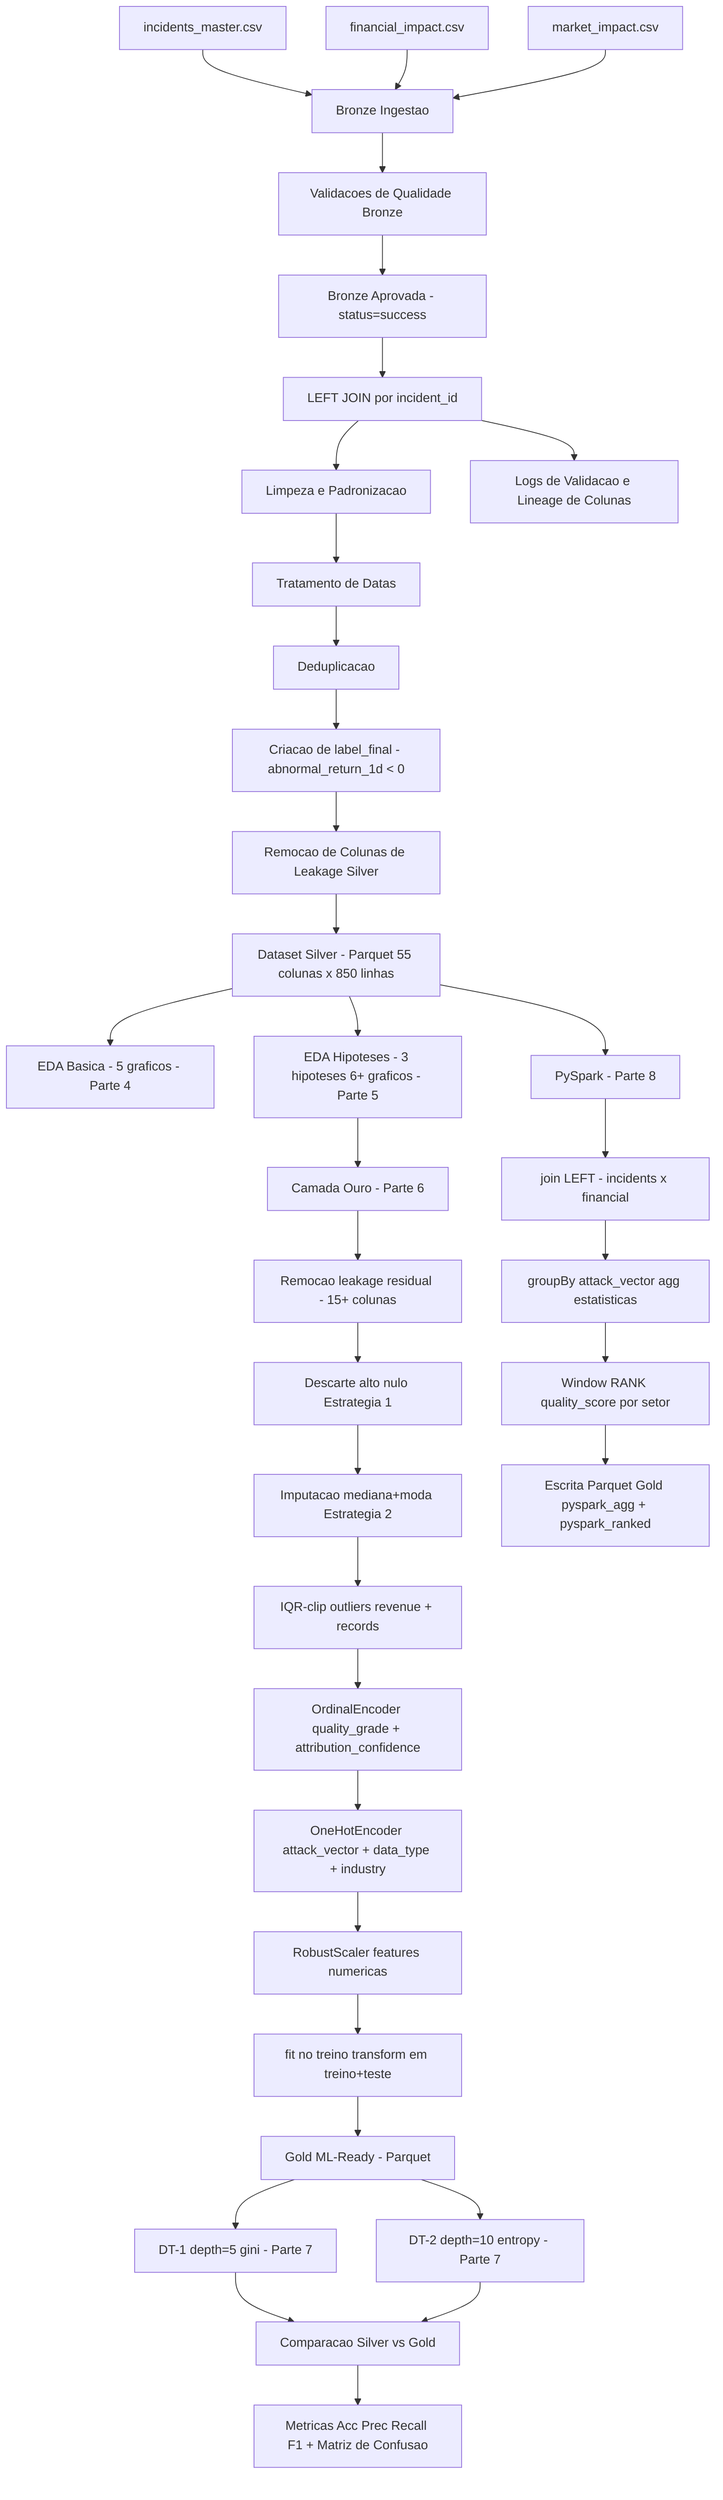
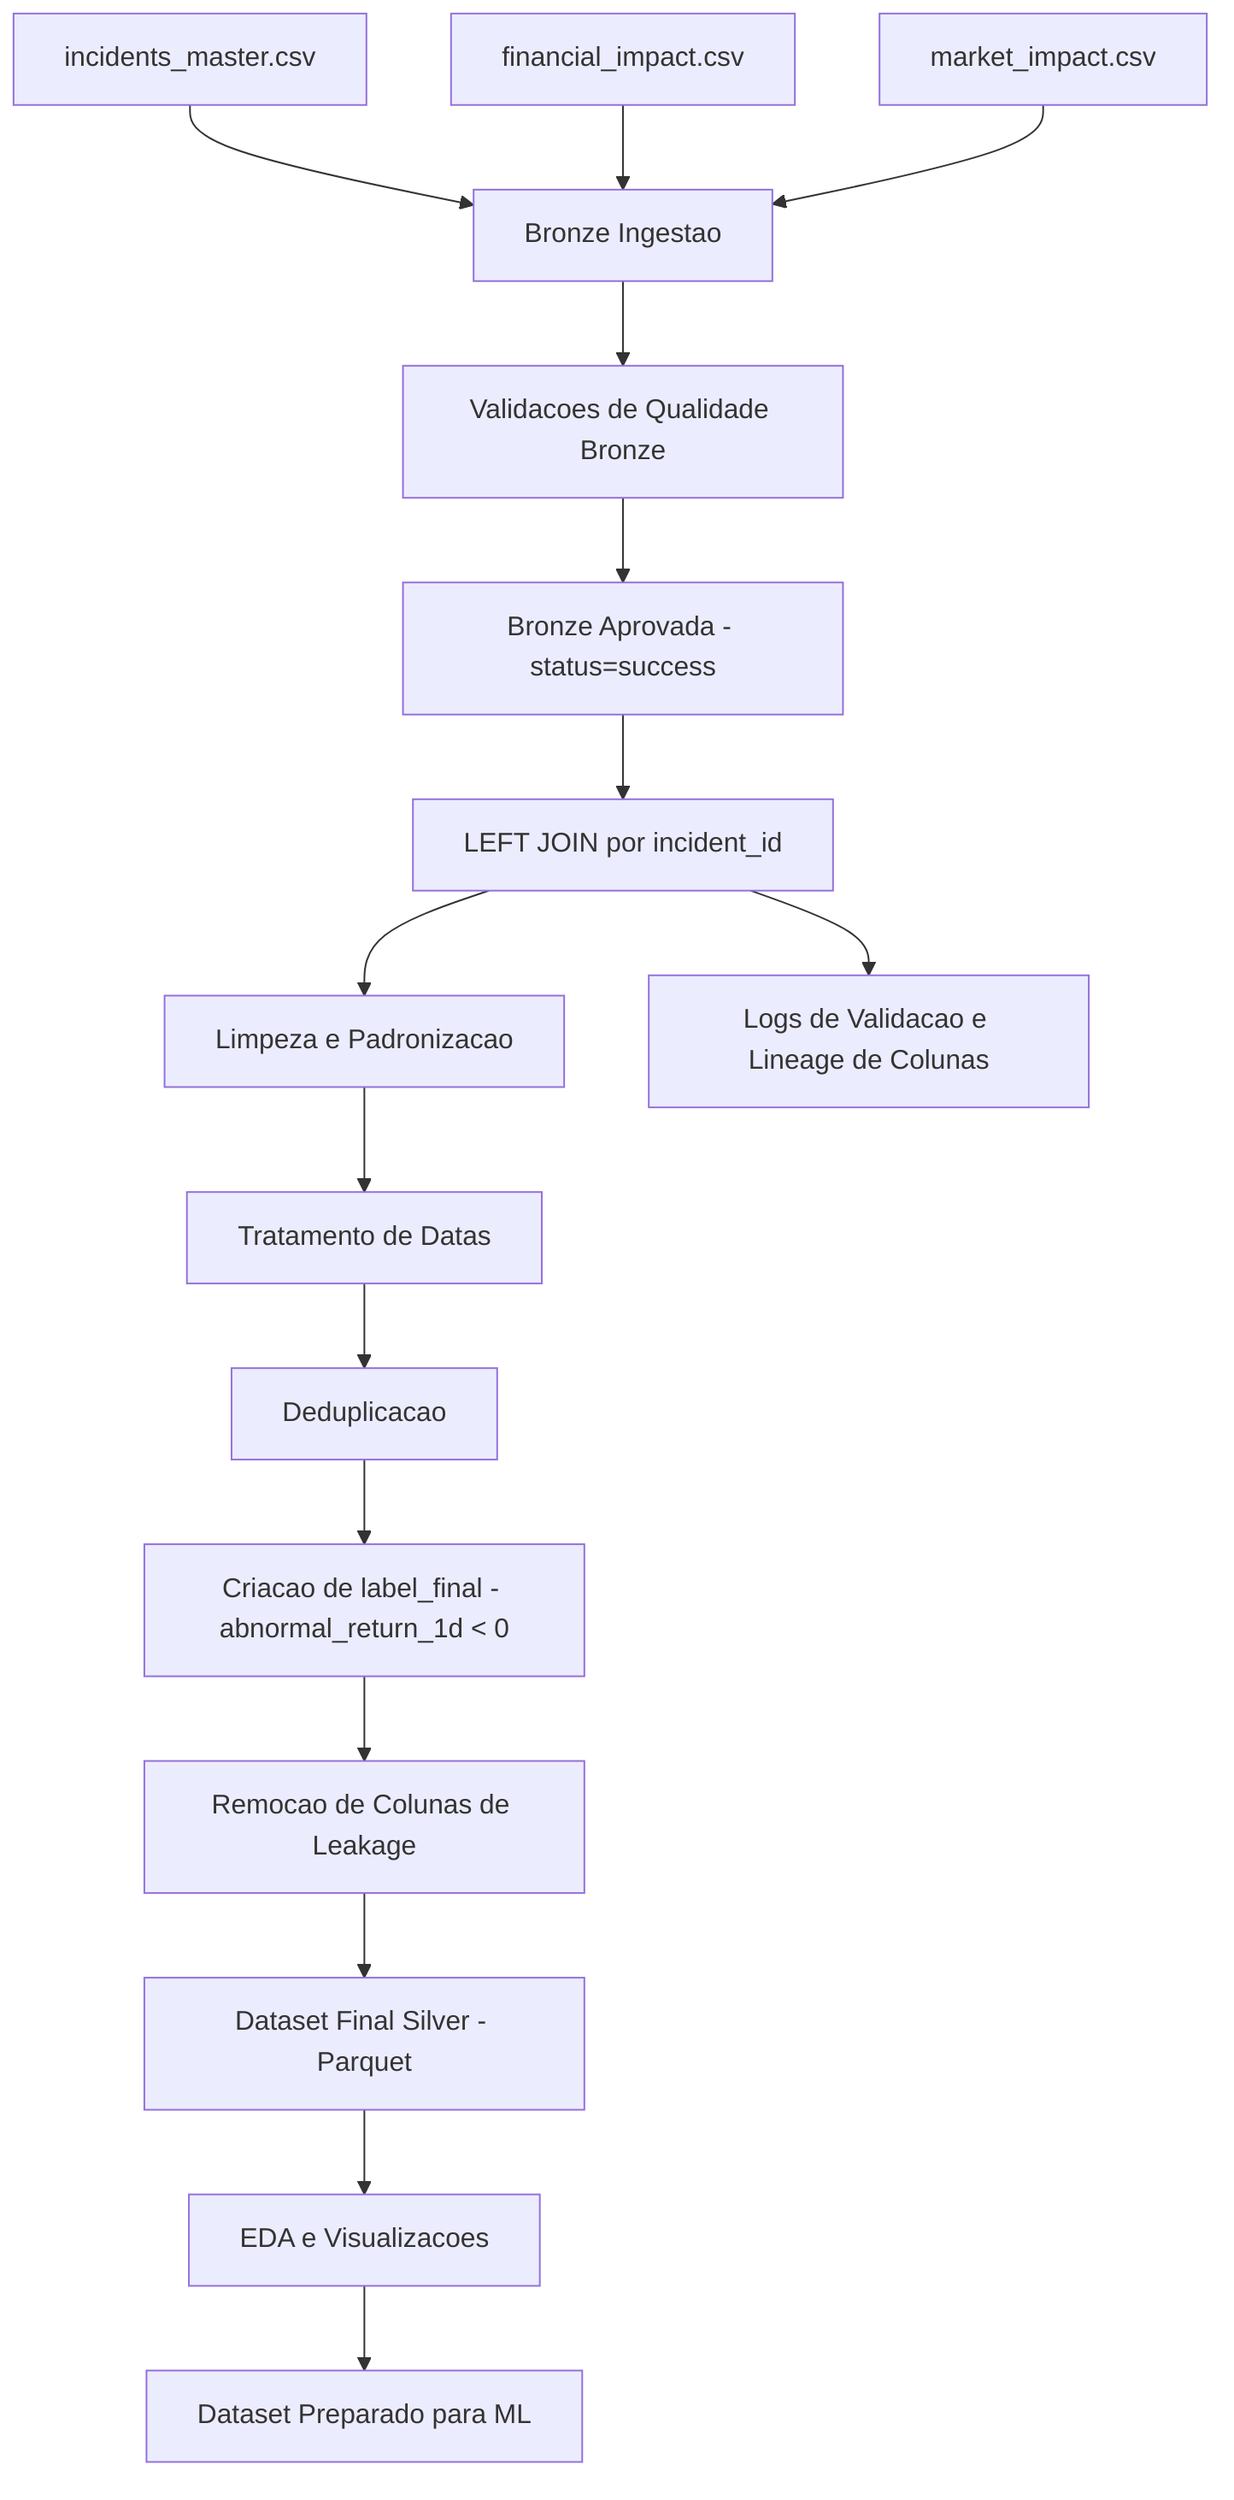
flowchart TD
A1[incidents_master.csv] --> B[Bronze Ingestao]
A2[financial_impact.csv] --> B
A3[market_impact.csv] --> B
B --> C[Validacoes de Qualidade Bronze]
C --> D[Bronze Aprovada - status=success]
D --> E[LEFT JOIN por incident_id]
E --> F[Limpeza e Padronizacao]
F --> G[Tratamento de Datas]
G --> H[Deduplicacao]
H --> I[Criacao de label_final - abnormal_return_1d < 0]
- I --> J[Remocao de Colunas de Leakage Silver]
- J --> K[Dataset Silver - Parquet 55 colunas x 850 linhas]
- K --> L1[EDA Basica - 5 graficos - Parte 4]
- K --> L2[EDA Hipoteses - 3 hipoteses 6+ graficos - Parte 5]
- L2 --> M[Camada Ouro - Parte 6]
- M --> M1[Remocao leakage residual - 15+ colunas]
- M1 --> M2[Descarte alto nulo Estrategia 1]
- M2 --> M3[Imputacao mediana+moda Estrategia 2]
- M3 --> M4[IQR-clip outliers revenue + records]
- M4 --> M5[OrdinalEncoder quality_grade + attribution_confidence]
- M5 --> M6[OneHotEncoder attack_vector + data_type + industry]
- M6 --> M7[RobustScaler features numericas]
- M7 --> M8[fit no treino transform em treino+teste]
- M8 --> N[Gold ML-Ready - Parquet]
- N --> O1[DT-1 depth=5 gini - Parte 7]
- N --> O2[DT-2 depth=10 entropy - Parte 7]
- O1 --> P[Comparacao Silver vs Gold]
- O2 --> P
- P --> Q[Metricas Acc Prec Recall F1 + Matriz de Confusao]
- K --> R[PySpark - Parte 8]
- R --> R1[join LEFT - incidents x financial]
- R1 --> R2[groupBy attack_vector agg estatisticas]
- R2 --> R3[Window RANK quality_score por setor]
- R3 --> R4[Escrita Parquet Gold pyspark_agg + pyspark_ranked]
- E --> S[Logs de Validacao e Lineage de Colunas]
+ I --> J[Remocao de Colunas de Leakage]
+ J --> K[Dataset Final Silver - Parquet]
+ K --> L[EDA e Visualizacoes]
+ L --> M[Dataset Preparado para ML]
+ E --> N[Logs de Validacao e Lineage de Colunas]
